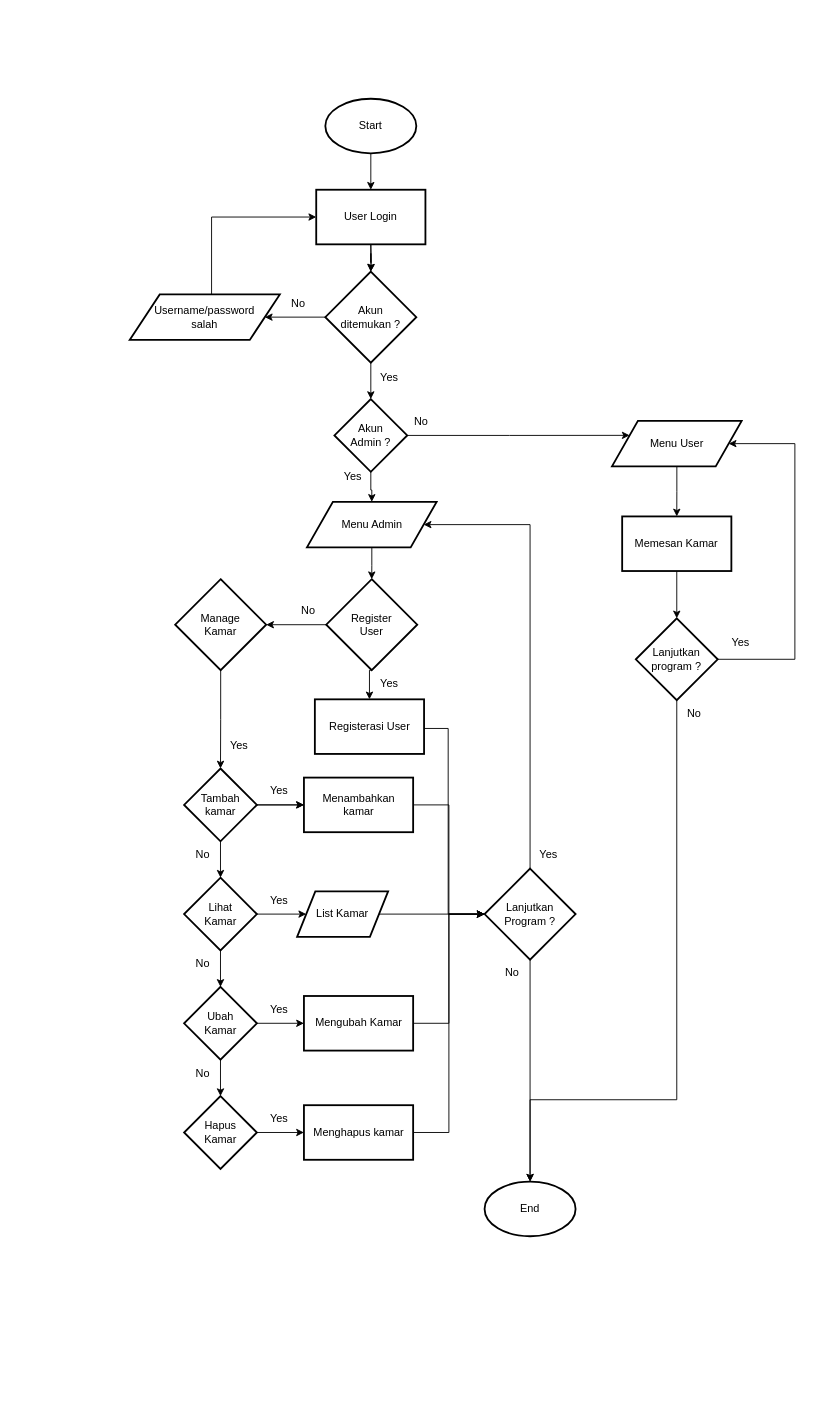
Above: Post-Test/Post-Test-5/2409106005_MuhammadHaykalMakhmud_POSTTEST5.drawio in ORU25/Praktikum-APD (draw.io), before the change. Source tidied: cells renumbered, new cells numbered last; positions are measured from the earlier drawing's top-left corner, leaving out a move shared by most shapes. Both pictures are drawn from the tidied source at 91%, with x=0, y=0 at pixel (129, 98).
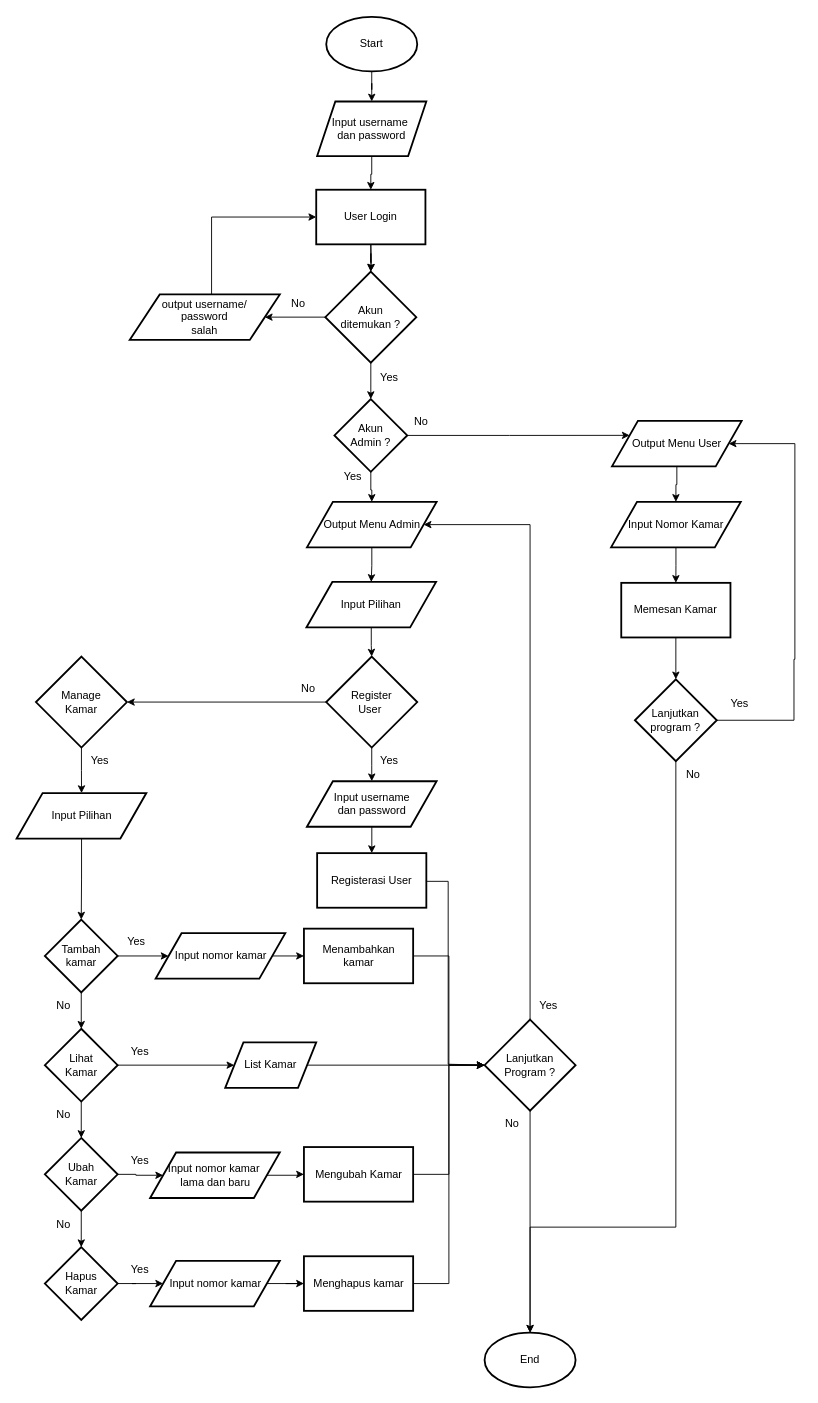
The same page after the edit.

Commit message (it also covers changes not shown here):
update flowchart posttest 5

The change refers to these unchanged cells:
```xml
<mxCell id="10" value="User Login" style="whiteSpace=wrap;html=1;strokeWidth=2;" parent="1" vertex="1">
  <mxGeometry x="205" y="100" width="120" height="60" as="geometry" />
</mxCell>
```

What changed in the source:
```diff
@@
-    <mxCell id="2" style="edgeStyle=orthogonalEdgeStyle;rounded=0;jettySize=auto;html=1;entryX=0.5;entryY=0;entryDx=0;entryDy=0;" parent="1" edge="1" source="3" target="10">
-      <mxGeometry relative="1" as="geometry" />
-    </mxCell>
+    <mxCell id="73" style="edgeStyle=orthogonalEdgeStyle;rounded=0;jettySize=auto;html=1;entryX=0.5;entryY=0;entryDx=0;entryDy=0;" parent="1" edge="1" source="3" target="81">
+      <mxGeometry relative="1" as="geometry" />
+    </mxCell>
     <mxCell id="3" value="Start" style="strokeWidth=2;html=1;shape=mxgraph.flowchart.start_1;whiteSpace=wrap;" parent="1" vertex="1">
-      <mxGeometry x="215" width="100" height="60" as="geometry" />
+      <mxGeometry x="216" y="-90" width="100" height="60" as="geometry" />
     </mxCell>
     <mxCell id="4" value="End" style="strokeWidth=2;html=1;shape=mxgraph.flowchart.start_1;whiteSpace=wrap;" parent="1" vertex="1">
-      <mxGeometry x="390" y="1190" width="100" height="60" as="geometry" />
+      <mxGeometry x="390" y="1356" width="100" height="60" as="geometry" />
     </mxCell>
@@
-    <mxCell id="13" value="Username/password&lt;div&gt;salah&lt;/div&gt;" style="shape=parallelogram;perimeter=parallelogramPerimeter;whiteSpace=wrap;html=1;dashed=0;shadow=0;fontStyle=0;labelBorderColor=none;labelBackgroundColor=none;strokeColor=default;strokeWidth=2;align=center;verticalAlign=middle;fontFamily=Helvetica;fontSize=12;fontColor=default;fillColor=default;" parent="1" vertex="1">
+    <mxCell id="13" value="output username/&lt;div&gt;password&lt;div&gt;salah&lt;/div&gt;&lt;/div&gt;" style="shape=parallelogram;perimeter=parallelogramPerimeter;whiteSpace=wrap;html=1;dashed=0;shadow=0;fontStyle=0;labelBorderColor=none;labelBackgroundColor=none;strokeColor=default;strokeWidth=2;align=center;verticalAlign=middle;fontFamily=Helvetica;fontSize=12;fontColor=default;fillColor=default;" parent="1" vertex="1">
       <mxGeometry y="215" width="165" height="50" as="geometry" />
     </mxCell>
@@
+    <mxCell id="74" style="edgeStyle=orthogonalEdgeStyle;rounded=0;jettySize=auto;html=1;entryX=0.5;entryY=0;entryDx=0;entryDy=0;" parent="1" edge="1" source="20" target="82">
+      <mxGeometry relative="1" as="geometry" />
+    </mxCell>
-    <mxCell id="20" value="Menu Admin" style="shape=parallelogram;perimeter=parallelogramPerimeter;whiteSpace=wrap;html=1;dashed=0;strokeColor=default;strokeWidth=2;align=center;verticalAlign=middle;fontFamily=Helvetica;fontSize=12;fontColor=default;fillColor=default;" parent="1" vertex="1">
+    <mxCell id="20" value="Output Menu Admin" style="shape=parallelogram;perimeter=parallelogramPerimeter;whiteSpace=wrap;html=1;dashed=0;strokeColor=default;strokeWidth=2;align=center;verticalAlign=middle;fontFamily=Helvetica;fontSize=12;fontColor=default;fillColor=default;" parent="1" vertex="1">
       <mxGeometry x="194.8" y="443" width="142.5" height="50" as="geometry" />
     </mxCell>
-    <mxCell id="21" style="edgeStyle=orthogonalEdgeStyle;rounded=0;jettySize=auto;html=1;" parent="1" edge="1" source="22" target="33">
-      <mxGeometry relative="1" as="geometry" />
-    </mxCell>
+    <mxCell id="75" style="edgeStyle=orthogonalEdgeStyle;rounded=0;jettySize=auto;html=1;entryX=0.5;entryY=0;entryDx=0;entryDy=0;" parent="1" edge="1" source="22" target="85">
+      <mxGeometry relative="1" as="geometry" />
+    </mxCell>
-    <mxCell id="22" value="Menu User" style="shape=parallelogram;perimeter=parallelogramPerimeter;whiteSpace=wrap;html=1;dashed=0;strokeColor=default;strokeWidth=2;align=center;verticalAlign=middle;fontFamily=Helvetica;fontSize=12;fontColor=default;fillColor=default;" parent="1" vertex="1">
+    <mxCell id="22" value="Output Menu User" style="shape=parallelogram;perimeter=parallelogramPerimeter;whiteSpace=wrap;html=1;dashed=0;strokeColor=default;strokeWidth=2;align=center;verticalAlign=middle;fontFamily=Helvetica;fontSize=12;fontColor=default;fillColor=default;" parent="1" vertex="1">
       <mxGeometry x="530" y="354" width="142.5" height="50" as="geometry" />
     </mxCell>
@@
-    <mxCell id="24" style="edgeStyle=orthogonalEdgeStyle;rounded=0;jettySize=auto;html=1;exitX=0.5;exitY=1;exitDx=0;exitDy=0;exitPerimeter=0;entryX=0.5;entryY=0;entryDx=0;entryDy=0;" parent="1" edge="1" source="25" target="29">
-      <mxGeometry relative="1" as="geometry" />
-    </mxCell>
+    <mxCell id="76" style="edgeStyle=orthogonalEdgeStyle;rounded=0;jettySize=auto;html=1;entryX=0.5;entryY=0;entryDx=0;entryDy=0;" parent="1" edge="1" source="25" target="87">
+      <mxGeometry relative="1" as="geometry" />
+    </mxCell>
-    <mxCell id="25" value="Register&lt;div&gt;User&lt;/div&gt;" style="strokeWidth=2;html=1;shape=mxgraph.flowchart.decision;whiteSpace=wrap;" parent="1" vertex="1">
-      <mxGeometry x="216" y="528" width="100" height="100" as="geometry" />
+    <mxCell id="25" value="Register&lt;div&gt;User&amp;nbsp;&lt;/div&gt;" style="strokeWidth=2;html=1;shape=mxgraph.flowchart.decision;whiteSpace=wrap;" parent="1" vertex="1">
+      <mxGeometry x="216" y="613" width="100" height="100" as="geometry" />
     </mxCell>
-    <mxCell id="26" style="edgeStyle=orthogonalEdgeStyle;rounded=0;jettySize=auto;html=1;entryX=0.5;entryY=0;entryDx=0;entryDy=0;entryPerimeter=0;" parent="1" edge="1" source="20" target="25">
-      <mxGeometry relative="1" as="geometry" />
-    </mxCell>
-    <mxCell id="27" style="edgeStyle=orthogonalEdgeStyle;rounded=0;jettySize=auto;html=1;" parent="1" edge="1" source="28" target="36">
+    <mxCell id="27" style="edgeStyle=orthogonalEdgeStyle;rounded=0;jettySize=auto;html=1;" parent="1" edge="1" source="95" target="36">
       <mxGeometry relative="1" as="geometry" />
     </mxCell>
     <mxCell id="28" value="Manage&lt;div&gt;Kamar&lt;/div&gt;" style="strokeWidth=2;html=1;shape=mxgraph.flowchart.decision;whiteSpace=wrap;" parent="1" vertex="1">
-      <mxGeometry x="50" y="528" width="100" height="100" as="geometry" />
+      <mxGeometry x="-103" y="613" width="100" height="100" as="geometry" />
     </mxCell>
     <mxCell id="29" value="Registerasi User" style="whiteSpace=wrap;html=1;strokeWidth=2;" parent="1" vertex="1">
-      <mxGeometry x="203.5" y="660" width="120" height="60" as="geometry" />
+      <mxGeometry x="206" y="829" width="120" height="60" as="geometry" />
     </mxCell>
     <mxCell id="30" value="Yes" style="text;html=1;align=center;verticalAlign=middle;strokeColor=none;fillColor=none;" parent="1" vertex="1">
-      <mxGeometry x="264.8" y="628" width="40" height="30" as="geometry" />
+      <mxGeometry x="264.8" y="713" width="40" height="30" as="geometry" />
     </mxCell>
     <mxCell id="31" value="No" style="text;html=1;align=center;verticalAlign=middle;strokeColor=none;fillColor=none;" parent="1" vertex="1">
-      <mxGeometry x="176" y="548" width="40" height="30" as="geometry" />
+      <mxGeometry x="176" y="633" width="40" height="30" as="geometry" />
     </mxCell>
@@
     <mxCell id="33" value="Memesan Kamar" style="whiteSpace=wrap;html=1;dashed=0;strokeWidth=2;" parent="1" vertex="1">
-      <mxGeometry x="541.2" y="459" width="120" height="60" as="geometry" />
+      <mxGeometry x="540.2" y="532" width="120" height="60" as="geometry" />
     </mxCell>
-    <mxCell id="34" style="edgeStyle=orthogonalEdgeStyle;rounded=0;jettySize=auto;html=1;entryX=0;entryY=0.5;entryDx=0;entryDy=0;" parent="1" edge="1" source="36" target="39">
-      <mxGeometry relative="1" as="geometry" />
-    </mxCell>
@@
+    <mxCell id="77" style="edgeStyle=orthogonalEdgeStyle;rounded=0;jettySize=auto;html=1;exitX=1;exitY=0.5;exitDx=0;exitDy=0;" parent="1" edge="1" source="36" target="89">
+      <mxGeometry relative="1" as="geometry" />
+    </mxCell>
     <mxCell id="36" value="Tambah&lt;br&gt;kamar" style="rhombus;whiteSpace=wrap;html=1;strokeWidth=2;" parent="1" vertex="1">
-      <mxGeometry x="59.8" y="736" width="80" height="80" as="geometry" />
+      <mxGeometry x="-93.2" y="902" width="80" height="80" as="geometry" />
     </mxCell>
     <mxCell id="37" value="Yes" style="text;html=1;align=center;verticalAlign=middle;strokeColor=none;fillColor=none;" parent="1" vertex="1">
-      <mxGeometry x="99.8" y="696" width="40" height="30" as="geometry" />
+      <mxGeometry x="-53.2" y="713" width="40" height="30" as="geometry" />
     </mxCell>
-    <mxCell id="38" style="edgeStyle=orthogonalEdgeStyle;rounded=0;jettySize=auto;html=1;" parent="1" edge="1" source="36" target="39">
-      <mxGeometry relative="1" as="geometry" />
-    </mxCell>
     <mxCell id="39" value="Menambahkan&lt;div&gt;kamar&lt;/div&gt;" style="whiteSpace=wrap;html=1;strokeWidth=2;" parent="1" vertex="1">
-      <mxGeometry x="191.5" y="746" width="120" height="60" as="geometry" />
+      <mxGeometry x="191.5" y="912" width="120" height="60" as="geometry" />
     </mxCell>
@@
     <mxCell id="42" value="Lihat&lt;div&gt;Kamar&lt;/div&gt;" style="rhombus;whiteSpace=wrap;html=1;strokeWidth=2;" parent="1" vertex="1">
-      <mxGeometry x="59.8" y="856" width="80" height="80" as="geometry" />
+      <mxGeometry x="-93.2" y="1022" width="80" height="80" as="geometry" />
     </mxCell>
     <mxCell id="43" value="List Kamar" style="shape=parallelogram;perimeter=parallelogramPerimeter;whiteSpace=wrap;html=1;dashed=0;strokeColor=default;strokeWidth=2;align=center;verticalAlign=middle;fontFamily=Helvetica;fontSize=12;fontColor=default;fillColor=default;" parent="1" vertex="1">
-      <mxGeometry x="184" y="871" width="100" height="50" as="geometry" />
+      <mxGeometry x="105" y="1037" width="100" height="50" as="geometry" />
     </mxCell>
@@
-    <mxCell id="45" style="edgeStyle=orthogonalEdgeStyle;rounded=0;jettySize=auto;html=1;" parent="1" edge="1" source="46" target="51">
-      <mxGeometry relative="1" as="geometry" />
-    </mxCell>
+    <mxCell id="78" style="edgeStyle=orthogonalEdgeStyle;rounded=0;jettySize=auto;html=1;exitX=1;exitY=0.5;exitDx=0;exitDy=0;entryX=0;entryY=0.5;entryDx=0;entryDy=0;" parent="1" edge="1" source="46" target="91">
+      <mxGeometry relative="1" as="geometry" />
+    </mxCell>
     <mxCell id="46" value="Ubah&lt;div&gt;Kamar&lt;/div&gt;" style="rhombus;whiteSpace=wrap;html=1;strokeWidth=2;" parent="1" vertex="1">
-      <mxGeometry x="59.8" y="976" width="80" height="80" as="geometry" />
+      <mxGeometry x="-93.2" y="1142" width="80" height="80" as="geometry" />
     </mxCell>
-    <mxCell id="47" style="edgeStyle=orthogonalEdgeStyle;rounded=0;jettySize=auto;html=1;" parent="1" edge="1" source="48" target="53">
-      <mxGeometry relative="1" as="geometry" />
-    </mxCell>
+    <mxCell id="79" style="edgeStyle=orthogonalEdgeStyle;rounded=0;jettySize=auto;html=1;exitX=1;exitY=0.5;exitDx=0;exitDy=0;" parent="1" edge="1" source="48" target="93">
+      <mxGeometry relative="1" as="geometry" />
+    </mxCell>
     <mxCell id="48" value="Hapus&lt;div&gt;Kamar&lt;/div&gt;" style="rhombus;whiteSpace=wrap;html=1;strokeWidth=2;" parent="1" vertex="1">
-      <mxGeometry x="59.8" y="1096" width="80" height="80" as="geometry" />
+      <mxGeometry x="-93.2" y="1262" width="80" height="80" as="geometry" />
     </mxCell>
     <mxCell id="49" value="Yes" style="text;html=1;align=center;verticalAlign=middle;strokeColor=none;fillColor=none;" parent="1" vertex="1">
-      <mxGeometry x="144" y="746" width="40" height="30" as="geometry" />
+      <mxGeometry x="-13" y="912" width="40" height="30" as="geometry" />
     </mxCell>
     <mxCell id="50" value="Yes" style="text;html=1;align=center;verticalAlign=middle;strokeColor=none;fillColor=none;" parent="1" vertex="1">
-      <mxGeometry x="144" y="866" width="40" height="30" as="geometry" />
+      <mxGeometry x="-9" y="1032" width="40" height="30" as="geometry" />
     </mxCell>
     <mxCell id="51" value="Mengubah Kamar" style="whiteSpace=wrap;html=1;strokeWidth=2;" parent="1" vertex="1">
-      <mxGeometry x="191.5" y="986" width="120" height="60" as="geometry" />
+      <mxGeometry x="191.5" y="1152" width="120" height="60" as="geometry" />
     </mxCell>
     <mxCell id="52" value="Yes" style="text;html=1;align=center;verticalAlign=middle;strokeColor=none;fillColor=none;" parent="1" vertex="1">
-      <mxGeometry x="144" y="986" width="40" height="30" as="geometry" />
+      <mxGeometry x="-9" y="1152" width="40" height="30" as="geometry" />
     </mxCell>
     <mxCell id="53" value="Menghapus kamar" style="whiteSpace=wrap;html=1;strokeWidth=2;" parent="1" vertex="1">
-      <mxGeometry x="191.5" y="1106" width="120" height="60" as="geometry" />
+      <mxGeometry x="191.5" y="1272" width="120" height="60" as="geometry" />
     </mxCell>
     <mxCell id="54" value="Yes" style="text;html=1;align=center;verticalAlign=middle;strokeColor=none;fillColor=none;" parent="1" vertex="1">
-      <mxGeometry x="144" y="1106" width="40" height="30" as="geometry" />
+      <mxGeometry x="-9" y="1272" width="40" height="30" as="geometry" />
     </mxCell>
     <mxCell id="55" value="No" style="text;html=1;align=center;verticalAlign=middle;strokeColor=none;fillColor=none;" parent="1" vertex="1">
-      <mxGeometry x="59.8" y="816" width="40" height="30" as="geometry" />
+      <mxGeometry x="-93.2" y="982" width="40" height="30" as="geometry" />
     </mxCell>
     <mxCell id="56" value="No" style="text;html=1;align=center;verticalAlign=middle;strokeColor=none;fillColor=none;" parent="1" vertex="1">
-      <mxGeometry x="59.8" y="936" width="40" height="30" as="geometry" />
+      <mxGeometry x="-93.2" y="1102" width="40" height="30" as="geometry" />
     </mxCell>
     <mxCell id="57" value="No" style="text;html=1;align=center;verticalAlign=middle;strokeColor=none;fillColor=none;" parent="1" vertex="1">
-      <mxGeometry x="59.8" y="1056" width="40" height="30" as="geometry" />
+      <mxGeometry x="-93.2" y="1222" width="40" height="30" as="geometry" />
     </mxCell>
     <mxCell id="58" style="edgeStyle=orthogonalEdgeStyle;rounded=0;jettySize=auto;html=1;entryX=1;entryY=0.5;entryDx=0;entryDy=0;" parent="1" edge="1" source="59" target="22">
       <mxGeometry relative="1" as="geometry">
         <Array as="points">
-          <mxPoint x="731" y="616" />
+          <mxPoint x="730" y="683" />
+          <mxPoint x="730" y="616" />
           <mxPoint x="731" y="379" />
         </Array>
       </mxGeometry>
     </mxCell>
     <mxCell id="59" value="Lanjutkan&lt;div&gt;program ?&lt;/div&gt;" style="rhombus;whiteSpace=wrap;html=1;dashed=0;strokeWidth=2;" parent="1" vertex="1">
-      <mxGeometry x="556.2" y="571" width="90" height="90" as="geometry" />
+      <mxGeometry x="555.2" y="638" width="90" height="90" as="geometry" />
     </mxCell>
     <mxCell id="60" value="Yes" style="text;html=1;align=center;verticalAlign=middle;strokeColor=none;fillColor=none;" parent="1" vertex="1">
-      <mxGeometry x="651" y="583" width="40" height="30" as="geometry" />
+      <mxGeometry x="650" y="650" width="40" height="30" as="geometry" />
     </mxCell>
     <mxCell id="61" style="edgeStyle=orthogonalEdgeStyle;rounded=0;jettySize=auto;html=1;entryX=0.5;entryY=0;entryDx=0;entryDy=0;entryPerimeter=0;exitX=0.5;exitY=1;exitDx=0;exitDy=0;" parent="1" edge="1" source="59" target="4">
       <mxGeometry relative="1" as="geometry">
         <Array as="points">
-          <mxPoint x="601" y="1100" />
-          <mxPoint x="440" y="1100" />
+          <mxPoint x="600" y="1240" />
+          <mxPoint x="440" y="1240" />
         </Array>
       </mxGeometry>
     </mxCell>
     <mxCell id="62" value="No" style="text;html=1;align=center;verticalAlign=middle;strokeColor=none;fillColor=none;" parent="1" vertex="1">
-      <mxGeometry x="600" y="661" width="40" height="30" as="geometry" />
+      <mxGeometry x="599" y="728" width="40" height="30" as="geometry" />
     </mxCell>
@@
     <mxCell id="64" value="Lanjutkan&lt;div&gt;Program ?&lt;/div&gt;" style="strokeWidth=2;html=1;shape=mxgraph.flowchart.decision;whiteSpace=wrap;" parent="1" vertex="1">
-      <mxGeometry x="390" y="846" width="100" height="100" as="geometry" />
+      <mxGeometry x="390" y="1012" width="100" height="100" as="geometry" />
     </mxCell>
-    <mxCell id="65" style="edgeStyle=orthogonalEdgeStyle;rounded=0;jettySize=auto;html=1;entryX=0;entryY=0.5;entryDx=0;entryDy=0;entryPerimeter=0;" parent="1" edge="1" source="29" target="64">
+    <mxCell id="65" style="edgeStyle=orthogonalEdgeStyle;rounded=0;jettySize=auto;html=1;entryX=0;entryY=0.5;entryDx=0;entryDy=0;entryPerimeter=0;exitX=1;exitY=0.5;exitDx=0;exitDy=0;" parent="1" edge="1" source="29" target="64">
       <mxGeometry relative="1" as="geometry">
         <Array as="points">
-          <mxPoint x="350" y="692" />
-          <mxPoint x="350" y="896" />
+          <mxPoint x="326" y="860" />
+          <mxPoint x="350" y="860" />
+          <mxPoint x="350" y="1061" />
+          <mxPoint x="390" y="1061" />
         </Array>
       </mxGeometry>
     </mxCell>
@@
     <mxCell id="70" value="Yes" style="text;html=1;align=center;verticalAlign=middle;strokeColor=none;fillColor=none;" parent="1" vertex="1">
-      <mxGeometry x="440" y="816" width="40" height="30" as="geometry" />
+      <mxGeometry x="440" y="982" width="40" height="30" as="geometry" />
     </mxCell>
@@
     <mxCell id="72" value="No" style="text;html=1;align=center;verticalAlign=middle;strokeColor=none;fillColor=none;" parent="1" vertex="1">
-      <mxGeometry x="400" y="946" width="40" height="30" as="geometry" />
+      <mxGeometry x="400" y="1112" width="40" height="30" as="geometry" />
     </mxCell>
+    <mxCell id="80" style="edgeStyle=orthogonalEdgeStyle;rounded=0;jettySize=auto;html=1;entryX=0.5;entryY=0;entryDx=0;entryDy=0;" parent="1" edge="1" source="81" target="10">
+      <mxGeometry relative="1" as="geometry" />
+    </mxCell>
+    <mxCell id="81" value="Input username&amp;nbsp;&lt;div&gt;dan password&lt;/div&gt;" style="shape=parallelogram;perimeter=parallelogramPerimeter;whiteSpace=wrap;html=1;fixedSize=1;strokeColor=default;strokeWidth=2;align=center;verticalAlign=middle;fontFamily=Helvetica;fontSize=12;fontColor=default;fillColor=default;" parent="1" vertex="1">
+      <mxGeometry x="206" y="3" width="120" height="60" as="geometry" />
+    </mxCell>
+    <mxCell id="82" value="Input Pilihan" style="shape=parallelogram;perimeter=parallelogramPerimeter;whiteSpace=wrap;html=1;dashed=0;strokeColor=default;strokeWidth=2;align=center;verticalAlign=middle;fontFamily=Helvetica;fontSize=12;fontColor=default;fillColor=default;" parent="1" vertex="1">
+      <mxGeometry x="194.2" y="531" width="142.5" height="50" as="geometry" />
+    </mxCell>
+    <mxCell id="83" style="edgeStyle=orthogonalEdgeStyle;rounded=0;jettySize=auto;html=1;entryX=0.5;entryY=0;entryDx=0;entryDy=0;entryPerimeter=0;" parent="1" edge="1" source="82" target="25">
+      <mxGeometry relative="1" as="geometry" />
+    </mxCell>
+    <mxCell id="84" style="edgeStyle=orthogonalEdgeStyle;rounded=0;jettySize=auto;html=1;entryX=0.5;entryY=0;entryDx=0;entryDy=0;" parent="1" edge="1" source="85" target="33">
+      <mxGeometry relative="1" as="geometry" />
+    </mxCell>
+    <mxCell id="85" value="Input Nomor Kamar" style="shape=parallelogram;perimeter=parallelogramPerimeter;whiteSpace=wrap;html=1;dashed=0;strokeColor=default;strokeWidth=2;align=center;verticalAlign=middle;fontFamily=Helvetica;fontSize=12;fontColor=default;fillColor=default;" parent="1" vertex="1">
+      <mxGeometry x="529" y="443" width="142.5" height="50" as="geometry" />
+    </mxCell>
+    <mxCell id="86" style="edgeStyle=orthogonalEdgeStyle;rounded=0;jettySize=auto;html=1;entryX=0.5;entryY=0;entryDx=0;entryDy=0;" parent="1" edge="1" source="87" target="29">
+      <mxGeometry relative="1" as="geometry" />
+    </mxCell>
+    <mxCell id="87" value="Input username&lt;div&gt;dan password&lt;/div&gt;" style="shape=parallelogram;perimeter=parallelogramPerimeter;whiteSpace=wrap;html=1;dashed=0;strokeColor=default;strokeWidth=2;align=center;verticalAlign=middle;fontFamily=Helvetica;fontSize=12;fontColor=default;fillColor=default;" parent="1" vertex="1">
+      <mxGeometry x="194.8" y="750" width="142.5" height="50" as="geometry" />
+    </mxCell>
+    <mxCell id="88" style="edgeStyle=orthogonalEdgeStyle;rounded=0;jettySize=auto;html=1;exitX=1;exitY=0.5;exitDx=0;exitDy=0;entryX=0;entryY=0.5;entryDx=0;entryDy=0;" parent="1" edge="1" source="89" target="39">
+      <mxGeometry relative="1" as="geometry" />
+    </mxCell>
+    <mxCell id="89" value="Input nomor kamar" style="shape=parallelogram;perimeter=parallelogramPerimeter;whiteSpace=wrap;html=1;dashed=0;strokeColor=default;strokeWidth=2;align=center;verticalAlign=middle;fontFamily=Helvetica;fontSize=12;fontColor=default;fillColor=default;" parent="1" vertex="1">
+      <mxGeometry x="28.5" y="917" width="142.5" height="50" as="geometry" />
+    </mxCell>
+    <mxCell id="90" style="edgeStyle=orthogonalEdgeStyle;rounded=0;jettySize=auto;html=1;exitX=1;exitY=0.5;exitDx=0;exitDy=0;entryX=0;entryY=0.5;entryDx=0;entryDy=0;" parent="1" edge="1" source="91" target="51">
+      <mxGeometry relative="1" as="geometry" />
+    </mxCell>
+    <mxCell id="91" value="Input nomor kamar&amp;nbsp;&lt;div&gt;lama dan baru&lt;/div&gt;" style="shape=parallelogram;perimeter=parallelogramPerimeter;whiteSpace=wrap;html=1;dashed=0;strokeColor=default;strokeWidth=2;align=center;verticalAlign=middle;fontFamily=Helvetica;fontSize=12;fontColor=default;fillColor=default;" parent="1" vertex="1">
+      <mxGeometry x="22.5" y="1158" width="142.5" height="50" as="geometry" />
+    </mxCell>
+    <mxCell id="92" style="edgeStyle=orthogonalEdgeStyle;rounded=0;jettySize=auto;html=1;exitX=1;exitY=0.5;exitDx=0;exitDy=0;" parent="1" edge="1" source="93" target="53">
+      <mxGeometry relative="1" as="geometry" />
+    </mxCell>
+    <mxCell id="93" value="Input nomor kamar" style="shape=parallelogram;perimeter=parallelogramPerimeter;whiteSpace=wrap;html=1;dashed=0;strokeColor=default;strokeWidth=2;align=center;verticalAlign=middle;fontFamily=Helvetica;fontSize=12;fontColor=default;fillColor=default;" parent="1" vertex="1">
+      <mxGeometry x="22.5" y="1277" width="142.5" height="50" as="geometry" />
+    </mxCell>
+    <mxCell id="94" style="edgeStyle=orthogonalEdgeStyle;rounded=0;jettySize=auto;html=1;" parent="1" edge="1" source="28" target="95">
+      <mxGeometry relative="1" as="geometry" />
+    </mxCell>
+    <mxCell id="95" value="Input Pilihan" style="shape=parallelogram;perimeter=parallelogramPerimeter;whiteSpace=wrap;html=1;dashed=0;strokeColor=default;strokeWidth=2;align=center;verticalAlign=middle;fontFamily=Helvetica;fontSize=12;fontColor=default;fillColor=default;" parent="1" vertex="1">
+      <mxGeometry x="-124.2" y="763" width="142.5" height="50" as="geometry" />
+    </mxCell>
```
